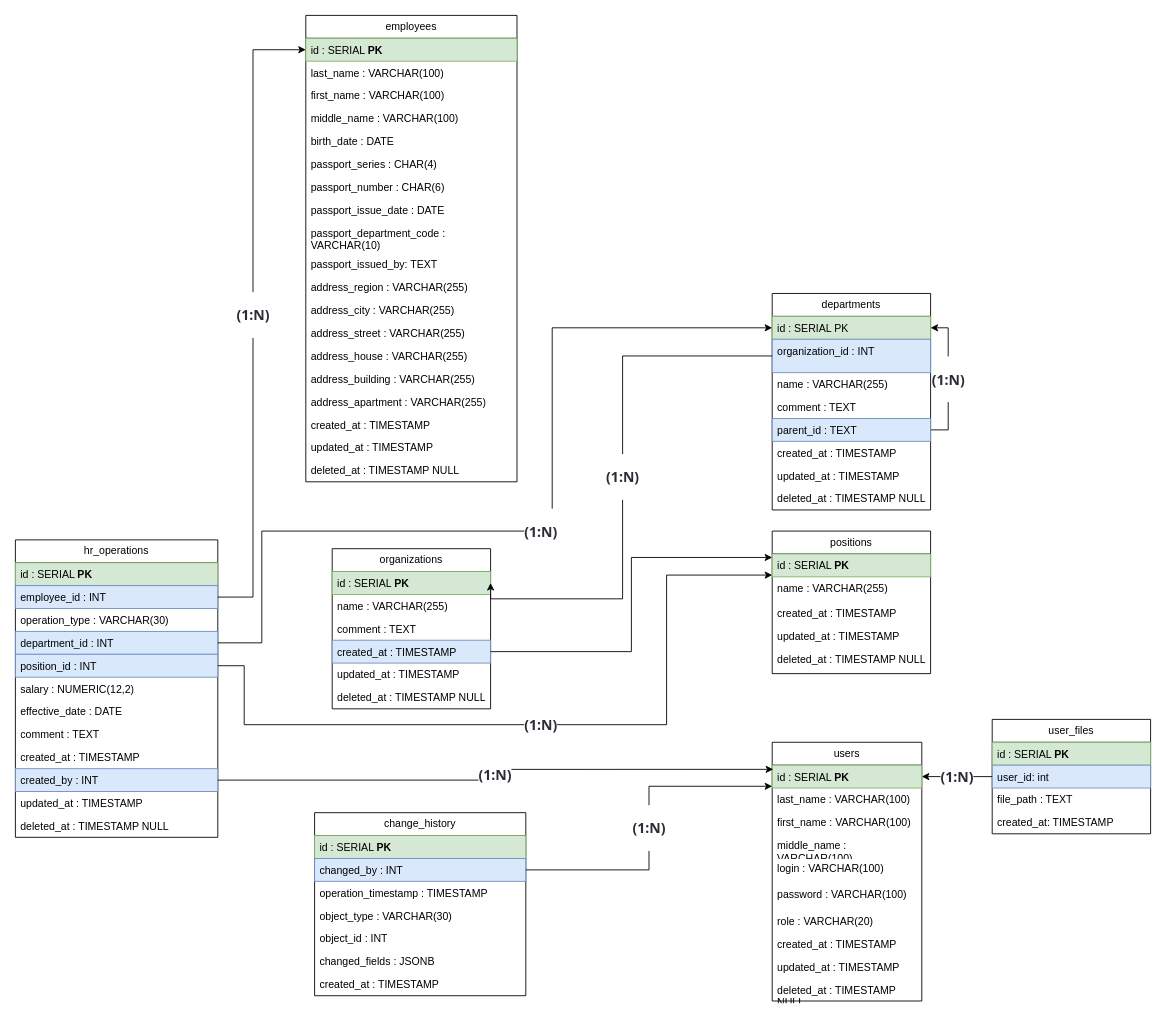
Above: db-schema/schema.drawio in Dyr1kk/-areal-hr_ext-test (draw.io), before the change. Source tidied: cells renumbered, new cells numbered last; positions are measured from the earlier drawing's top-left corner, leaving out a move shared by most shapes. Both pictures are drawn from the tidied source at 88%, with x=0, y=0 at pixel (15, 15).
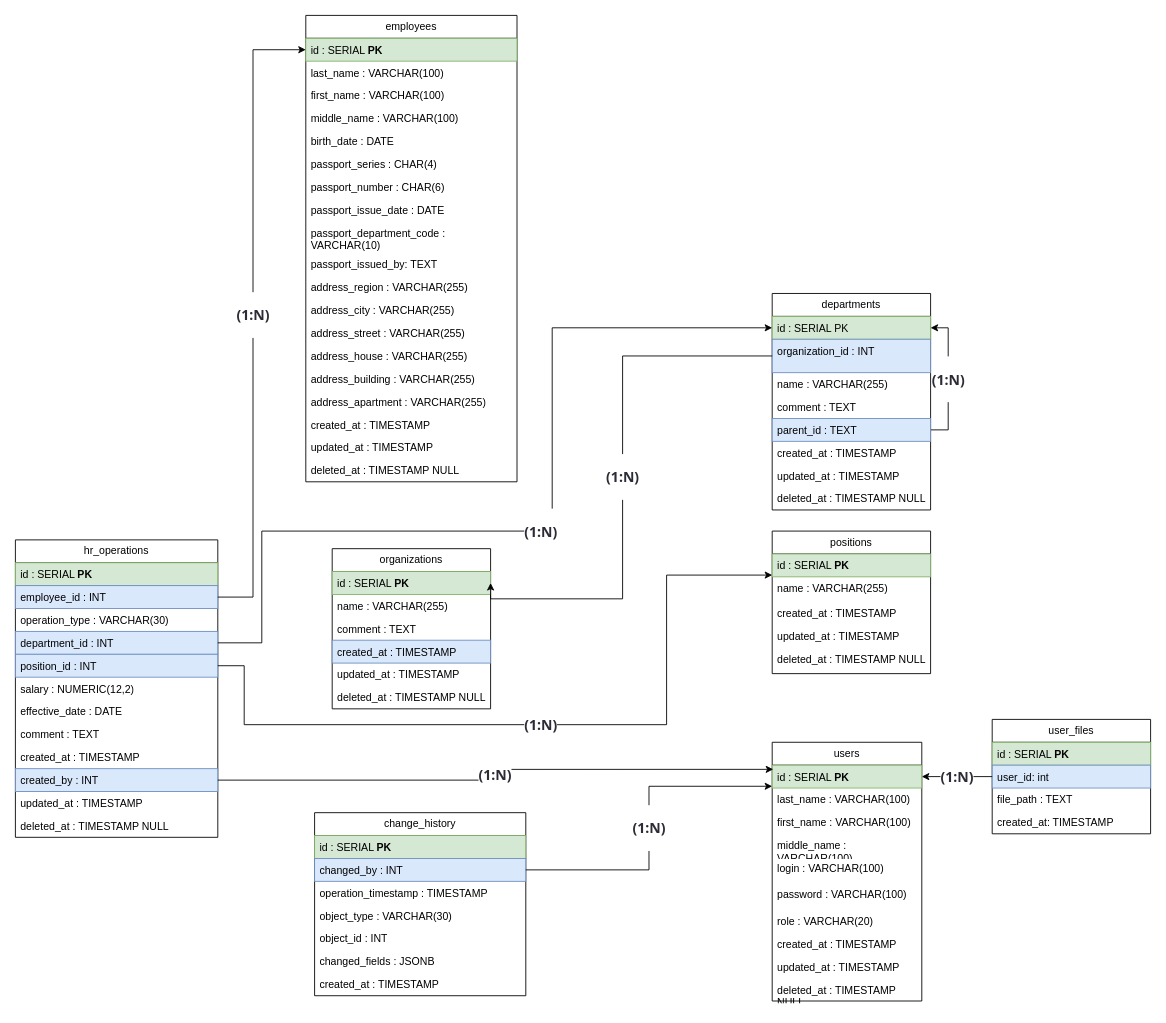
After the change.

The change refers to these unchanged cells:
```xml
<mxCell id="74" value="created_at : TIMESTAMP" style="text;strokeColor=#6c8ebf;fillColor=#dae8fc;align=left;verticalAlign=top;spacingLeft=4;spacingRight=4;overflow=hidden;points=[[0,0.5],[1,0.5]];portConstraint=eastwest;whiteSpace=wrap;html=1;" parent="70" vertex="1">
  <mxGeometry y="104" width="180" height="26" as="geometry" />
</mxCell>
```

Diff of the diagram source:
```diff
@@
-    <mxCell id="86" style="edgeStyle=orthogonalEdgeStyle;rounded=0;jettySize=auto;html=1;" parent="1" edge="1" source="74">
-      <mxGeometry relative="1" as="geometry">
-        <mxPoint x="860" y="616" as="targetPoint" />
-        <Array as="points">
-          <mxPoint x="700" y="723" />
-          <mxPoint x="700" y="616" />
-          <mxPoint x="860" y="616" />
-        </Array>
-      </mxGeometry>
-    </mxCell>
```
